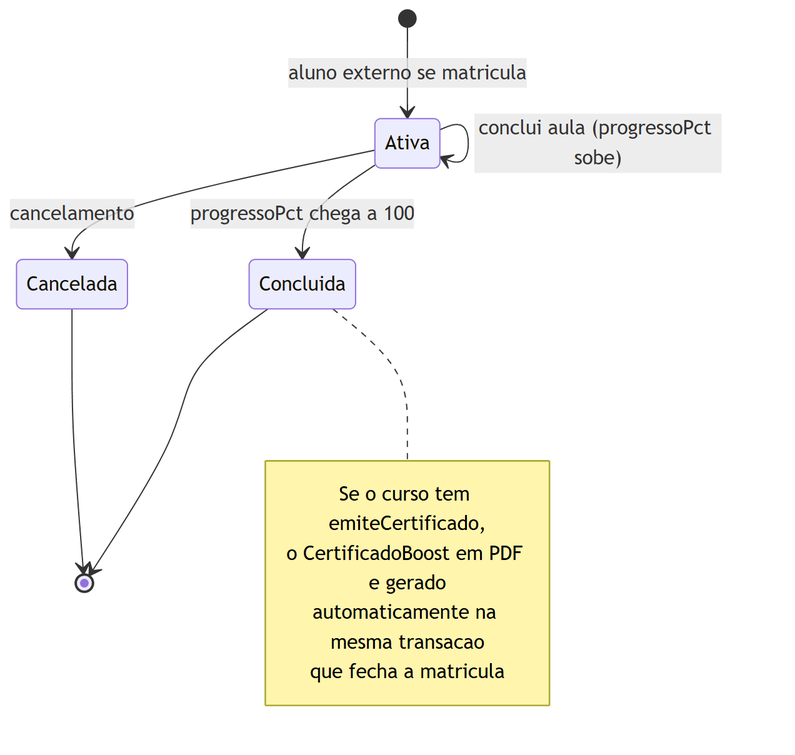
Earlier version of the Mermaid export docs/diagramas/png/estado-matricula-boost.png (bebberjoao/RoosterOneBackend). Its source is kept beside it as docs/diagramas/src/estado-matricula-boost.mmd. Source of this version:
```mermaid
stateDiagram-v2
  [*] --> Ativa : aluno externo se matricula
  Ativa --> Ativa : conclui aula (progressoPct sobe)
  Ativa --> Concluida : progressoPct chega a 100
  Ativa --> Cancelada : cancelamento
  Concluida --> [*]
  Cancelada --> [*]

  note right of Concluida
    Se o curso tem emiteCertificado,
    o CertificadoBoost em PDF e gerado
    automaticamente na mesma transacao
    que fecha a matricula
  end note
```
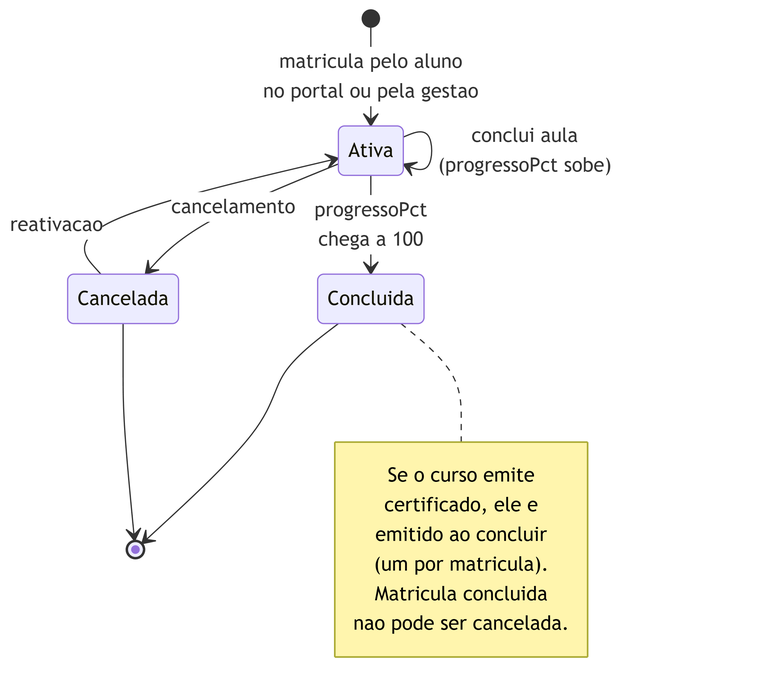
Above is the later version.

Change to the diagram source:
```diff
@@ -1,14 +1,18 @@
+%%{init: {"state":{"nodeSpacing":28,"rankSpacing":32,"padding":6}}}%%
 stateDiagram-v2
-  [*] --> Ativa : aluno externo se matricula
-  Ativa --> Ativa : conclui aula (progressoPct sobe)
-  Ativa --> Concluida : progressoPct chega a 100
+  [*] --> Ativa : matricula pelo aluno<br/>no portal ou pela gestao
+  Ativa --> Ativa : conclui aula<br/>(progressoPct sobe)
+  Ativa --> Concluida : progressoPct<br/>chega a 100
   Ativa --> Cancelada : cancelamento
+  Cancelada --> Ativa : reativacao
   Concluida --> [*]
   Cancelada --> [*]
 
   note right of Concluida
-    Se o curso tem emiteCertificado,
-    o CertificadoBoost em PDF e gerado
-    automaticamente na mesma transacao
-    que fecha a matricula
+    Se o curso emite
+    certificado, ele e
+    emitido ao concluir
+    (um por matricula).
+    Matricula concluida
+    nao pode ser cancelada.
   end note
```
